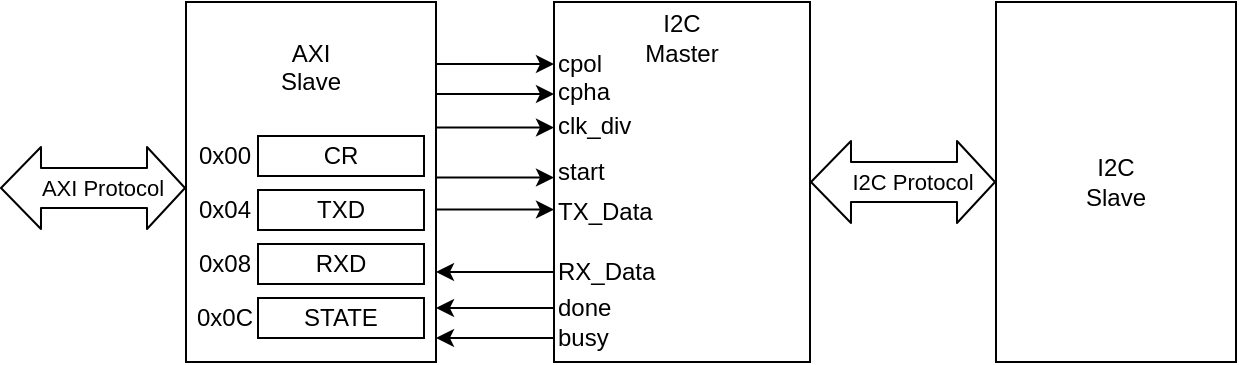
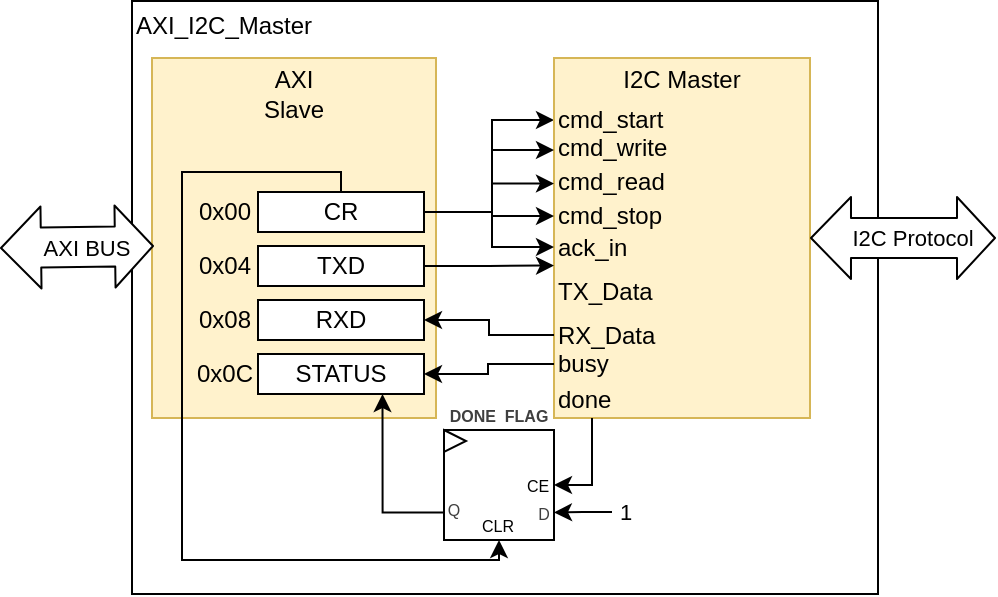
<mxfile host="65bd71144e">
    <diagram id="hn-LXBFFnmJyqADH3e9j" name="Page-1">
-         <mxGraphModel dx="734" dy="907" grid="0" gridSize="10" guides="1" tooltips="1" connect="1" arrows="1" fold="1" page="0" pageScale="1" pageWidth="850" pageHeight="1100" math="0" shadow="0">
+         <mxGraphModel dx="1094" dy="456" grid="0" gridSize="10" guides="1" tooltips="1" connect="1" arrows="1" fold="1" page="0" pageScale="1" pageWidth="850" pageHeight="1100" math="0" shadow="0">
            <root>
                <mxCell id="0"/>
                <mxCell id="1" parent="0"/>
-                 <mxCell id="25" style="edgeStyle=none;html=1;entryX=0;entryY=0.5;entryDx=0;entryDy=0;" edge="1" parent="1">
+                 <mxCell id="62" value="AXI_I2C_Master&lt;br&gt;&lt;div&gt;&lt;br&gt;&lt;/div&gt;&lt;div&gt;&lt;br&gt;&lt;/div&gt;&lt;div&gt;&lt;br&gt;&lt;/div&gt;&lt;div&gt;&lt;br&gt;&lt;/div&gt;&lt;div&gt;&lt;br&gt;&lt;/div&gt;&lt;div&gt;&lt;br&gt;&lt;/div&gt;&lt;div&gt;&lt;br&gt;&lt;/div&gt;&lt;div&gt;&lt;br&gt;&lt;/div&gt;&lt;div&gt;&lt;br&gt;&lt;/div&gt;&lt;div&gt;&lt;br&gt;&lt;/div&gt;&lt;div&gt;&lt;br&gt;&lt;/div&gt;&lt;div&gt;&lt;br&gt;&lt;/div&gt;&lt;div&gt;&lt;br&gt;&lt;/div&gt;&lt;div&gt;&lt;br&gt;&lt;/div&gt;&lt;div&gt;&lt;br&gt;&lt;/div&gt;&lt;div&gt;&lt;br&gt;&lt;/div&gt;&lt;div&gt;&lt;br&gt;&lt;/div&gt;&lt;div&gt;&lt;br&gt;&lt;/div&gt;&lt;div&gt;&lt;br&gt;&lt;/div&gt;" style="rounded=0;whiteSpace=wrap;html=1;align=left;" vertex="1" parent="1">
+                     <mxGeometry x="-101" y="301.5" width="373" height="296.5" as="geometry"/>
+                 </mxCell>
+                 <mxCell id="25" style="edgeStyle=orthogonalEdgeStyle;html=1;entryX=0;entryY=0.5;entryDx=0;entryDy=0;rounded=0;exitX=1;exitY=0.5;exitDx=0;exitDy=0;" parent="1" edge="1" source="15">
                    <mxGeometry relative="1" as="geometry">
                        <mxPoint x="51" y="361" as="sourcePoint"/>
                        <mxPoint x="110" y="361" as="targetPoint"/>
-                     </mxGeometry>
-                 </mxCell>
-                 <mxCell id="4" value="AXI&lt;br&gt;Slave&lt;div&gt;&lt;br&gt;&lt;/div&gt;&lt;div&gt;&lt;br&gt;&lt;/div&gt;&lt;div&gt;&lt;br&gt;&lt;/div&gt;&lt;div&gt;&lt;br&gt;&lt;/div&gt;&lt;div&gt;&lt;br&gt;&lt;/div&gt;&lt;div&gt;&lt;br&gt;&lt;/div&gt;&lt;div&gt;&lt;br&gt;&lt;/div&gt;&lt;div&gt;&lt;br&gt;&lt;/div&gt;" style="rounded=0;whiteSpace=wrap;html=1;" parent="1" vertex="1">
-                     <mxGeometry x="-74" y="330" width="125" height="180" as="geometry"/>
-                 </mxCell>
-                 <mxCell id="2" value="I2C&lt;br&gt;Master&lt;div&gt;&lt;br&gt;&lt;/div&gt;&lt;div&gt;&lt;br&gt;&lt;/div&gt;&lt;div&gt;&lt;br&gt;&lt;/div&gt;&lt;div&gt;&lt;br&gt;&lt;/div&gt;&lt;div&gt;&lt;br&gt;&lt;/div&gt;&lt;div&gt;&lt;br&gt;&lt;/div&gt;&lt;div&gt;&lt;br&gt;&lt;/div&gt;&lt;div&gt;&lt;br&gt;&lt;/div&gt;&lt;div&gt;&lt;br&gt;&lt;/div&gt;&lt;div&gt;&lt;br&gt;&lt;/div&gt;" style="rounded=0;whiteSpace=wrap;html=1;" parent="1" vertex="1">
+                         <Array as="points">
+                             <mxPoint x="79" y="407"/>
+                             <mxPoint x="79" y="361"/>
+                         </Array>
+                     </mxGeometry>
+                 </mxCell>
+                 <mxCell id="4" value="AXI&lt;br&gt;Slave&lt;div&gt;&lt;br&gt;&lt;/div&gt;&lt;div&gt;&lt;br&gt;&lt;/div&gt;&lt;div&gt;&lt;br&gt;&lt;/div&gt;&lt;div&gt;&lt;br&gt;&lt;/div&gt;&lt;div&gt;&lt;br&gt;&lt;/div&gt;&lt;div&gt;&lt;br&gt;&lt;/div&gt;&lt;div&gt;&lt;br&gt;&lt;/div&gt;&lt;div&gt;&lt;br&gt;&lt;/div&gt;&lt;div&gt;&lt;br&gt;&lt;/div&gt;&lt;div&gt;&lt;br&gt;&lt;/div&gt;" style="rounded=0;whiteSpace=wrap;html=1;fillColor=#fff2cc;strokeColor=#d6b656;" parent="1" vertex="1">
+                     <mxGeometry x="-91" y="330" width="142" height="180" as="geometry"/>
+                 </mxCell>
+                 <mxCell id="2" value="I2C Master&lt;div&gt;&lt;br&gt;&lt;/div&gt;&lt;div&gt;&lt;br&gt;&lt;/div&gt;&lt;div&gt;&lt;br&gt;&lt;/div&gt;&lt;div&gt;&lt;br&gt;&lt;/div&gt;&lt;div&gt;&lt;br&gt;&lt;/div&gt;&lt;div&gt;&lt;br&gt;&lt;/div&gt;&lt;div&gt;&lt;br&gt;&lt;/div&gt;&lt;div&gt;&lt;br&gt;&lt;/div&gt;&lt;div&gt;&lt;br&gt;&lt;/div&gt;&lt;div&gt;&lt;br&gt;&lt;/div&gt;&lt;div&gt;&lt;br&gt;&lt;/div&gt;" style="rounded=0;whiteSpace=wrap;html=1;fillColor=#fff2cc;strokeColor=#d6b656;" parent="1" vertex="1">
                    <mxGeometry x="110" y="330" width="128" height="180" as="geometry"/>
                </mxCell>
-                 <mxCell id="3" value="I2C&lt;br&gt;Slave" style="rounded=0;whiteSpace=wrap;html=1;" parent="1" vertex="1">
-                     <mxGeometry x="331" y="330" width="120" height="180" as="geometry"/>
-                 </mxCell>
-                 <mxCell id="10" value="" style="shape=flexArrow;endArrow=classic;startArrow=classic;html=1;exitX=1;exitY=0.5;exitDx=0;exitDy=0;entryX=0;entryY=0.5;entryDx=0;entryDy=0;width=20;startSize=6.332;" parent="1" source="2" target="3" edge="1">
+                 <mxCell id="10" value="" style="shape=flexArrow;endArrow=classic;startArrow=classic;html=1;exitX=1;exitY=0.5;exitDx=0;exitDy=0;entryX=0;entryY=0.5;entryDx=0;entryDy=0;width=20;startSize=6.332;fillColor=default;" parent="1" source="2" edge="1">
                    <mxGeometry width="100" height="100" relative="1" as="geometry">
                        <mxPoint x="270" y="540" as="sourcePoint"/>
-                         <mxPoint x="340" y="540" as="targetPoint"/>
-                     </mxGeometry>
-                 </mxCell>
-                 <mxCell id="59" value="I2C Protocol" style="edgeLabel;html=1;align=center;verticalAlign=middle;resizable=0;points=[];" vertex="1" connectable="0" parent="10">
+                         <mxPoint x="331" y="420" as="targetPoint"/>
+                     </mxGeometry>
+                 </mxCell>
+                 <mxCell id="59" value="I2C Protocol" style="edgeLabel;html=1;align=center;verticalAlign=middle;resizable=0;points=[];" parent="10" vertex="1" connectable="0">
                    <mxGeometry x="-0.0396" y="-6" relative="1" as="geometry">
                        <mxPoint x="6" y="-6" as="offset"/>
                    </mxGeometry>
                </mxCell>
+                 <mxCell id="67" style="edgeStyle=orthogonalEdgeStyle;shape=connector;rounded=0;html=1;entryX=0;entryY=0.5;entryDx=0;entryDy=0;strokeColor=default;align=center;verticalAlign=middle;fontFamily=Helvetica;fontSize=11;fontColor=default;labelBackgroundColor=default;startArrow=none;startFill=0;endArrow=classic;endFill=1;" edge="1" parent="1" source="15" target="65">
+                     <mxGeometry relative="1" as="geometry">
+                         <Array as="points">
+                             <mxPoint x="79" y="407"/>
+                             <mxPoint x="79" y="425"/>
+                         </Array>
+                     </mxGeometry>
+                 </mxCell>
+                 <mxCell id="81" style="edgeStyle=orthogonalEdgeStyle;shape=connector;rounded=0;html=1;entryX=0.5;entryY=1;entryDx=0;entryDy=0;strokeColor=default;align=center;verticalAlign=middle;fontFamily=Helvetica;fontSize=11;fontColor=default;labelBackgroundColor=default;startArrow=none;startFill=0;endArrow=classic;endFill=1;" edge="1" parent="1" source="15" target="68">
+                     <mxGeometry relative="1" as="geometry">
+                         <Array as="points">
+                             <mxPoint x="4" y="387"/>
+                             <mxPoint x="-76" y="387"/>
+                             <mxPoint x="-76" y="581"/>
+                             <mxPoint x="82" y="581"/>
+                         </Array>
+                     </mxGeometry>
+                 </mxCell>
                <mxCell id="15" value="CR" style="rounded=0;whiteSpace=wrap;html=1;" parent="1" vertex="1">
                    <mxGeometry x="-38" y="397" width="83" height="20" as="geometry"/>
                </mxCell>
                <mxCell id="16" value="TXD" style="rounded=0;whiteSpace=wrap;html=1;" parent="1" vertex="1">
                    <mxGeometry x="-38" y="424" width="83" height="20" as="geometry"/>
                </mxCell>
                <mxCell id="17" value="RXD" style="rounded=0;whiteSpace=wrap;html=1;" parent="1" vertex="1">
                    <mxGeometry x="-38" y="451" width="83" height="20" as="geometry"/>
                </mxCell>
-                 <mxCell id="18" value="STATE" style="rounded=0;whiteSpace=wrap;html=1;" parent="1" vertex="1">
+                 <mxCell id="18" value="STATUS" style="rounded=0;whiteSpace=wrap;html=1;" parent="1" vertex="1">
                    <mxGeometry x="-38" y="478" width="83" height="20" as="geometry"/>
                </mxCell>
-                 <mxCell id="39" value="0x00" style="text;html=1;align=center;verticalAlign=middle;whiteSpace=wrap;rounded=0;" vertex="1" parent="1">
+                 <mxCell id="39" value="0x00" style="text;html=1;align=center;verticalAlign=middle;whiteSpace=wrap;rounded=0;" parent="1" vertex="1">
                    <mxGeometry x="-71" y="397" width="33" height="20" as="geometry"/>
                </mxCell>
-                 <mxCell id="41" value="0x04" style="text;html=1;align=center;verticalAlign=middle;whiteSpace=wrap;rounded=0;" vertex="1" parent="1">
+                 <mxCell id="41" value="0x04" style="text;html=1;align=center;verticalAlign=middle;whiteSpace=wrap;rounded=0;" parent="1" vertex="1">
                    <mxGeometry x="-71" y="424" width="33" height="20" as="geometry"/>
                </mxCell>
-                 <mxCell id="42" value="0x08" style="text;html=1;align=center;verticalAlign=middle;whiteSpace=wrap;rounded=0;" vertex="1" parent="1">
+                 <mxCell id="42" value="0x08" style="text;html=1;align=center;verticalAlign=middle;whiteSpace=wrap;rounded=0;" parent="1" vertex="1">
                    <mxGeometry x="-71" y="451" width="33" height="20" as="geometry"/>
                </mxCell>
-                 <mxCell id="43" value="0x0C" style="text;html=1;align=center;verticalAlign=middle;whiteSpace=wrap;rounded=0;" vertex="1" parent="1">
+                 <mxCell id="43" value="0x0C" style="text;html=1;align=center;verticalAlign=middle;whiteSpace=wrap;rounded=0;" parent="1" vertex="1">
                    <mxGeometry x="-71" y="478" width="33" height="20" as="geometry"/>
                </mxCell>
-                 <mxCell id="44" style="edgeStyle=none;html=1;entryX=0;entryY=0.5;entryDx=0;entryDy=0;" edge="1" parent="1">
+                 <mxCell id="44" style="edgeStyle=orthogonalEdgeStyle;html=1;entryX=0;entryY=0.5;entryDx=0;entryDy=0;rounded=0;exitX=1;exitY=0.5;exitDx=0;exitDy=0;" parent="1" edge="1" source="15">
                    <mxGeometry relative="1" as="geometry">
                        <mxPoint x="51" y="376" as="sourcePoint"/>
                        <mxPoint x="110" y="376" as="targetPoint"/>
-                     </mxGeometry>
-                 </mxCell>
-                 <mxCell id="45" style="edgeStyle=none;html=1;entryX=0;entryY=0.5;entryDx=0;entryDy=0;" edge="1" parent="1">
+                         <Array as="points">
+                             <mxPoint x="79" y="407"/>
+                             <mxPoint x="79" y="376"/>
+                         </Array>
+                     </mxGeometry>
+                 </mxCell>
+                 <mxCell id="45" style="edgeStyle=orthogonalEdgeStyle;html=1;entryX=0;entryY=0.5;entryDx=0;entryDy=0;rounded=0;exitX=1;exitY=0.5;exitDx=0;exitDy=0;" parent="1" edge="1" source="15">
                    <mxGeometry relative="1" as="geometry">
                        <mxPoint x="51" y="392.76" as="sourcePoint"/>
                        <mxPoint x="110" y="392.76" as="targetPoint"/>
-                     </mxGeometry>
-                 </mxCell>
-                 <mxCell id="46" style="edgeStyle=none;html=1;entryX=0;entryY=0.5;entryDx=0;entryDy=0;" edge="1" parent="1">
+                         <Array as="points">
+                             <mxPoint x="79" y="407"/>
+                             <mxPoint x="79" y="393"/>
+                         </Array>
+                     </mxGeometry>
+                 </mxCell>
+                 <mxCell id="46" style="edgeStyle=orthogonalEdgeStyle;html=1;entryX=0;entryY=0.5;entryDx=0;entryDy=0;rounded=0;exitX=1;exitY=0.5;exitDx=0;exitDy=0;" parent="1" edge="1" source="16">
                    <mxGeometry relative="1" as="geometry">
                        <mxPoint x="51" y="433.76" as="sourcePoint"/>
                        <mxPoint x="110" y="433.76" as="targetPoint"/>
                    </mxGeometry>
                </mxCell>
-                 <mxCell id="47" style="edgeStyle=none;html=1;entryX=0;entryY=0.5;entryDx=0;entryDy=0;startArrow=classic;startFill=1;endArrow=none;endFill=0;" edge="1" parent="1">
+                 <mxCell id="47" style="edgeStyle=orthogonalEdgeStyle;html=1;entryX=0;entryY=0.5;entryDx=0;entryDy=0;startArrow=classic;startFill=1;endArrow=none;endFill=0;rounded=0;exitX=1;exitY=0.5;exitDx=0;exitDy=0;" parent="1" edge="1" target="56" source="17">
                    <mxGeometry relative="1" as="geometry">
                        <mxPoint x="51" y="465" as="sourcePoint"/>
                        <mxPoint x="110" y="465" as="targetPoint"/>
                    </mxGeometry>
                </mxCell>
-                 <mxCell id="48" style="edgeStyle=none;html=1;entryX=0;entryY=0.5;entryDx=0;entryDy=0;startArrow=classic;startFill=1;endArrow=none;endFill=0;" edge="1" parent="1">
+                 <mxCell id="48" style="edgeStyle=orthogonalEdgeStyle;html=1;entryX=0;entryY=0.5;entryDx=0;entryDy=0;startArrow=classic;startFill=1;endArrow=none;endFill=0;rounded=0;exitX=1;exitY=0.5;exitDx=0;exitDy=0;" parent="1" edge="1" source="18">
                    <mxGeometry relative="1" as="geometry">
                        <mxPoint x="51" y="483" as="sourcePoint"/>
                        <mxPoint x="110" y="483" as="targetPoint"/>
-                     </mxGeometry>
-                 </mxCell>
-                 <mxCell id="49" style="edgeStyle=none;html=1;entryX=0;entryY=0.5;entryDx=0;entryDy=0;startArrow=classic;startFill=1;endArrow=none;endFill=0;" edge="1" parent="1">
-                     <mxGeometry relative="1" as="geometry">
-                         <mxPoint x="51" y="498" as="sourcePoint"/>
-                         <mxPoint x="110" y="498" as="targetPoint"/>
-                     </mxGeometry>
-                 </mxCell>
-                 <mxCell id="50" value="cpol" style="text;html=1;align=left;verticalAlign=middle;whiteSpace=wrap;rounded=0;" vertex="1" parent="1">
+                         <Array as="points">
+                             <mxPoint x="77" y="488"/>
+                             <mxPoint x="77" y="483"/>
+                         </Array>
+                     </mxGeometry>
+                 </mxCell>
+                 <mxCell id="50" value="cmd_start" style="text;html=1;align=left;verticalAlign=middle;whiteSpace=wrap;rounded=0;" parent="1" vertex="1">
                    <mxGeometry x="110" y="351" width="38" height="19" as="geometry"/>
                </mxCell>
-                 <mxCell id="51" value="cpha" style="text;html=1;align=left;verticalAlign=middle;whiteSpace=wrap;rounded=0;" vertex="1" parent="1">
+                 <mxCell id="51" value="cmd_write" style="text;html=1;align=left;verticalAlign=middle;whiteSpace=wrap;rounded=0;" parent="1" vertex="1">
                    <mxGeometry x="110" y="365" width="38" height="19" as="geometry"/>
                </mxCell>
-                 <mxCell id="52" value="clk_div" style="text;html=1;align=left;verticalAlign=middle;whiteSpace=wrap;rounded=0;" vertex="1" parent="1">
+                 <mxCell id="52" value="cmd_read" style="text;html=1;align=left;verticalAlign=middle;whiteSpace=wrap;rounded=0;" parent="1" vertex="1">
                    <mxGeometry x="110" y="382" width="38" height="19" as="geometry"/>
                </mxCell>
-                 <mxCell id="53" style="edgeStyle=none;html=1;entryX=0;entryY=0.5;entryDx=0;entryDy=0;" edge="1" parent="1">
+                 <mxCell id="53" style="edgeStyle=orthogonalEdgeStyle;html=1;entryX=0;entryY=0.5;entryDx=0;entryDy=0;rounded=0;exitX=1;exitY=0.5;exitDx=0;exitDy=0;" parent="1" edge="1" target="54" source="15">
                    <mxGeometry relative="1" as="geometry">
                        <mxPoint x="51" y="417.76" as="sourcePoint"/>
                        <mxPoint x="110" y="417.76" as="targetPoint"/>
-                     </mxGeometry>
-                 </mxCell>
-                 <mxCell id="54" value="start" style="text;html=1;align=left;verticalAlign=middle;whiteSpace=wrap;rounded=0;" vertex="1" parent="1">
-                     <mxGeometry x="110" y="405" width="38" height="19" as="geometry"/>
-                 </mxCell>
-                 <mxCell id="55" value="TX_Data" style="text;html=1;align=left;verticalAlign=middle;whiteSpace=wrap;rounded=0;" vertex="1" parent="1">
-                     <mxGeometry x="110" y="425" width="38" height="19" as="geometry"/>
-                 </mxCell>
-                 <mxCell id="56" value="RX_Data" style="text;html=1;align=left;verticalAlign=middle;whiteSpace=wrap;rounded=0;" vertex="1" parent="1">
-                     <mxGeometry x="110" y="455" width="38" height="19" as="geometry"/>
-                 </mxCell>
-                 <mxCell id="57" value="done" style="text;html=1;align=left;verticalAlign=middle;whiteSpace=wrap;rounded=0;" vertex="1" parent="1">
+                         <Array as="points">
+                             <mxPoint x="79" y="407"/>
+                             <mxPoint x="79" y="409"/>
+                             <mxPoint x="110" y="409"/>
+                         </Array>
+                     </mxGeometry>
+                 </mxCell>
+                 <mxCell id="54" value="cmd_stop" style="text;html=1;align=left;verticalAlign=middle;whiteSpace=wrap;rounded=0;" parent="1" vertex="1">
+                     <mxGeometry x="110" y="399" width="38" height="19" as="geometry"/>
+                 </mxCell>
+                 <mxCell id="55" value="TX_Data" style="text;html=1;align=left;verticalAlign=middle;whiteSpace=wrap;rounded=0;" parent="1" vertex="1">
+                     <mxGeometry x="110" y="437" width="38" height="19" as="geometry"/>
+                 </mxCell>
+                 <mxCell id="56" value="RX_Data" style="text;html=1;align=left;verticalAlign=middle;whiteSpace=wrap;rounded=0;" parent="1" vertex="1">
+                     <mxGeometry x="110" y="459" width="38" height="19" as="geometry"/>
+                 </mxCell>
+                 <mxCell id="57" value="busy" style="text;html=1;align=left;verticalAlign=middle;whiteSpace=wrap;rounded=0;" parent="1" vertex="1">
                    <mxGeometry x="110" y="473" width="38" height="19" as="geometry"/>
                </mxCell>
-                 <mxCell id="58" value="busy" style="text;html=1;align=left;verticalAlign=middle;whiteSpace=wrap;rounded=0;" vertex="1" parent="1">
-                     <mxGeometry x="110" y="488" width="38" height="19" as="geometry"/>
-                 </mxCell>
-                 <mxCell id="60" value="" style="shape=flexArrow;endArrow=classic;startArrow=classic;html=1;entryX=0;entryY=0.5;entryDx=0;entryDy=0;width=20;startSize=6.332;" edge="1" parent="1">
+                 <mxCell id="70" style="edgeStyle=orthogonalEdgeStyle;shape=connector;rounded=0;html=1;entryX=1;entryY=0.5;entryDx=0;entryDy=0;strokeColor=default;align=center;verticalAlign=middle;fontFamily=Helvetica;fontSize=11;fontColor=default;labelBackgroundColor=default;startArrow=none;startFill=0;endArrow=classic;endFill=1;" edge="1" parent="1" source="58" target="68">
+                     <mxGeometry relative="1" as="geometry">
+                         <Array as="points">
+                             <mxPoint x="129" y="544"/>
+                         </Array>
+                     </mxGeometry>
+                 </mxCell>
+                 <mxCell id="58" value="done" style="text;html=1;align=left;verticalAlign=middle;whiteSpace=wrap;rounded=0;" parent="1" vertex="1">
+                     <mxGeometry x="110" y="491" width="38" height="19" as="geometry"/>
+                 </mxCell>
+                 <mxCell id="60" value="" style="shape=flexArrow;endArrow=classic;startArrow=classic;html=1;width=20;startSize=6.332;fillColor=default;" parent="1" edge="1">
                    <mxGeometry width="100" height="100" relative="1" as="geometry">
-                         <mxPoint x="-167" y="423" as="sourcePoint"/>
-                         <mxPoint x="-74" y="423" as="targetPoint"/>
-                     </mxGeometry>
-                 </mxCell>
-                 <mxCell id="61" value="AXI Protocol" style="edgeLabel;html=1;align=center;verticalAlign=middle;resizable=0;points=[];" vertex="1" connectable="0" parent="60">
+                         <mxPoint x="-167" y="425" as="sourcePoint"/>
+                         <mxPoint x="-90" y="424" as="targetPoint"/>
+                     </mxGeometry>
+                 </mxCell>
+                 <mxCell id="61" value="AXI BUS" style="edgeLabel;html=1;align=center;verticalAlign=middle;resizable=0;points=[];" parent="60" vertex="1" connectable="0">
                    <mxGeometry x="-0.0396" y="-6" relative="1" as="geometry">
                        <mxPoint x="6" y="-6" as="offset"/>
                    </mxGeometry>
+                 </mxCell>
+                 <mxCell id="65" value="ack_in" style="text;html=1;align=left;verticalAlign=middle;whiteSpace=wrap;rounded=0;" vertex="1" parent="1">
+                     <mxGeometry x="110" y="415" width="38" height="19" as="geometry"/>
+                 </mxCell>
+                 <mxCell id="75" style="edgeStyle=orthogonalEdgeStyle;shape=connector;rounded=0;html=1;entryX=0.75;entryY=1;entryDx=0;entryDy=0;strokeColor=default;align=center;verticalAlign=middle;fontFamily=Helvetica;fontSize=11;fontColor=default;labelBackgroundColor=default;startArrow=none;startFill=0;endArrow=classic;endFill=1;exitX=0;exitY=0.75;exitDx=0;exitDy=0;" edge="1" parent="1" source="68" target="18">
+                     <mxGeometry relative="1" as="geometry"/>
+                 </mxCell>
+                 <mxCell id="68" value="&lt;div&gt;&lt;b style=&quot;color: rgb(63, 63, 63); background-color: transparent;&quot;&gt;&lt;font style=&quot;font-size: 8px;&quot;&gt;DONE&amp;nbsp;&lt;/font&gt;&lt;/b&gt;&lt;b style=&quot;color: rgb(63, 63, 63); background-color: transparent;&quot;&gt;&lt;font style=&quot;font-size: 8px;&quot;&gt;&amp;nbsp;&lt;/font&gt;&lt;/b&gt;&lt;b style=&quot;color: rgb(63, 63, 63); background-color: transparent;&quot;&gt;&lt;span style=&quot;font-size: 8px; background-color: transparent; color: rgb(63, 63, 63);&quot;&gt;FLAG&lt;/span&gt;&lt;/b&gt;&lt;/div&gt;&lt;div&gt;&lt;b style=&quot;color: rgb(63, 63, 63); background-color: transparent;&quot;&gt;&lt;span style=&quot;font-size: 8px; background-color: transparent; color: rgb(63, 63, 63);&quot;&gt;&lt;br&gt;&lt;/span&gt;&lt;/b&gt;&lt;/div&gt;&lt;div&gt;&lt;b style=&quot;color: rgb(63, 63, 63); background-color: transparent;&quot;&gt;&lt;span style=&quot;font-size: 8px; background-color: transparent; color: rgb(63, 63, 63);&quot;&gt;&lt;br&gt;&lt;/span&gt;&lt;/b&gt;&lt;/div&gt;&lt;div&gt;&lt;b style=&quot;color: rgb(63, 63, 63); background-color: transparent;&quot;&gt;&lt;span style=&quot;font-size: 8px; background-color: transparent; color: rgb(63, 63, 63);&quot;&gt;&lt;br&gt;&lt;/span&gt;&lt;/b&gt;&lt;/div&gt;&lt;div&gt;&lt;b style=&quot;color: rgb(63, 63, 63); background-color: transparent;&quot;&gt;&lt;span style=&quot;font-size: 8px; background-color: transparent; color: rgb(63, 63, 63);&quot;&gt;&lt;br&gt;&lt;/span&gt;&lt;/b&gt;&lt;/div&gt;&lt;div&gt;&lt;b style=&quot;color: rgb(63, 63, 63); background-color: transparent;&quot;&gt;&lt;span style=&quot;font-size: 8px; background-color: transparent; color: rgb(63, 63, 63);&quot;&gt;&lt;br&gt;&lt;/span&gt;&lt;/b&gt;&lt;/div&gt;" style="rounded=0;whiteSpace=wrap;html=1;" vertex="1" parent="1">
+                     <mxGeometry x="55" y="516" width="55" height="55" as="geometry"/>
+                 </mxCell>
+                 <mxCell id="74" style="edgeStyle=orthogonalEdgeStyle;shape=connector;rounded=0;html=1;entryX=1;entryY=0.75;entryDx=0;entryDy=0;strokeColor=default;align=center;verticalAlign=middle;fontFamily=Helvetica;fontSize=11;fontColor=default;labelBackgroundColor=default;startArrow=none;startFill=0;endArrow=classic;endFill=1;" edge="1" parent="1" source="72" target="68">
+                     <mxGeometry relative="1" as="geometry"/>
+                 </mxCell>
+                 <mxCell id="72" value="1" style="text;html=1;align=center;verticalAlign=middle;whiteSpace=wrap;rounded=0;fontFamily=Helvetica;fontSize=11;fontColor=default;labelBackgroundColor=default;" vertex="1" parent="1">
+                     <mxGeometry x="139" y="550" width="14" height="14" as="geometry"/>
+                 </mxCell>
+                 <mxCell id="76" value="&lt;span style=&quot;color: rgb(63, 63, 63); font-size: 8px;&quot;&gt;Q&lt;/span&gt;" style="text;html=1;align=center;verticalAlign=middle;whiteSpace=wrap;rounded=0;fontFamily=Helvetica;fontSize=11;fontColor=default;labelBackgroundColor=default;" vertex="1" parent="1">
+                     <mxGeometry x="57" y="548" width="6" height="14" as="geometry"/>
+                 </mxCell>
+                 <mxCell id="77" value="&lt;span style=&quot;color: rgb(63, 63, 63); font-size: 8px;&quot;&gt;D&lt;/span&gt;" style="text;html=1;align=center;verticalAlign=middle;whiteSpace=wrap;rounded=0;fontFamily=Helvetica;fontSize=11;fontColor=default;labelBackgroundColor=default;" vertex="1" parent="1">
+                     <mxGeometry x="102" y="550" width="6" height="14" as="geometry"/>
+                 </mxCell>
+                 <mxCell id="78" value="&lt;span style=&quot;font-size: 8px;&quot;&gt;CE&lt;/span&gt;" style="text;html=1;align=center;verticalAlign=middle;whiteSpace=wrap;rounded=0;fontFamily=Helvetica;fontSize=11;fontColor=default;labelBackgroundColor=default;" vertex="1" parent="1">
+                     <mxGeometry x="99" y="536" width="6" height="14" as="geometry"/>
+                 </mxCell>
+                 <mxCell id="79" value="" style="triangle;whiteSpace=wrap;html=1;fontFamily=Helvetica;fontSize=11;fontColor=default;labelBackgroundColor=default;" vertex="1" parent="1">
+                     <mxGeometry x="55" y="516" width="11" height="11" as="geometry"/>
+                 </mxCell>
+                 <mxCell id="82" value="&lt;span style=&quot;font-size: 8px;&quot;&gt;CLR&lt;/span&gt;" style="text;html=1;align=center;verticalAlign=middle;whiteSpace=wrap;rounded=0;fontFamily=Helvetica;fontSize=11;fontColor=default;labelBackgroundColor=default;" vertex="1" parent="1">
+                     <mxGeometry x="78.5" y="556" width="6" height="14" as="geometry"/>
                </mxCell>
            </root>
        </mxGraphModel>
    </diagram>
</mxfile>